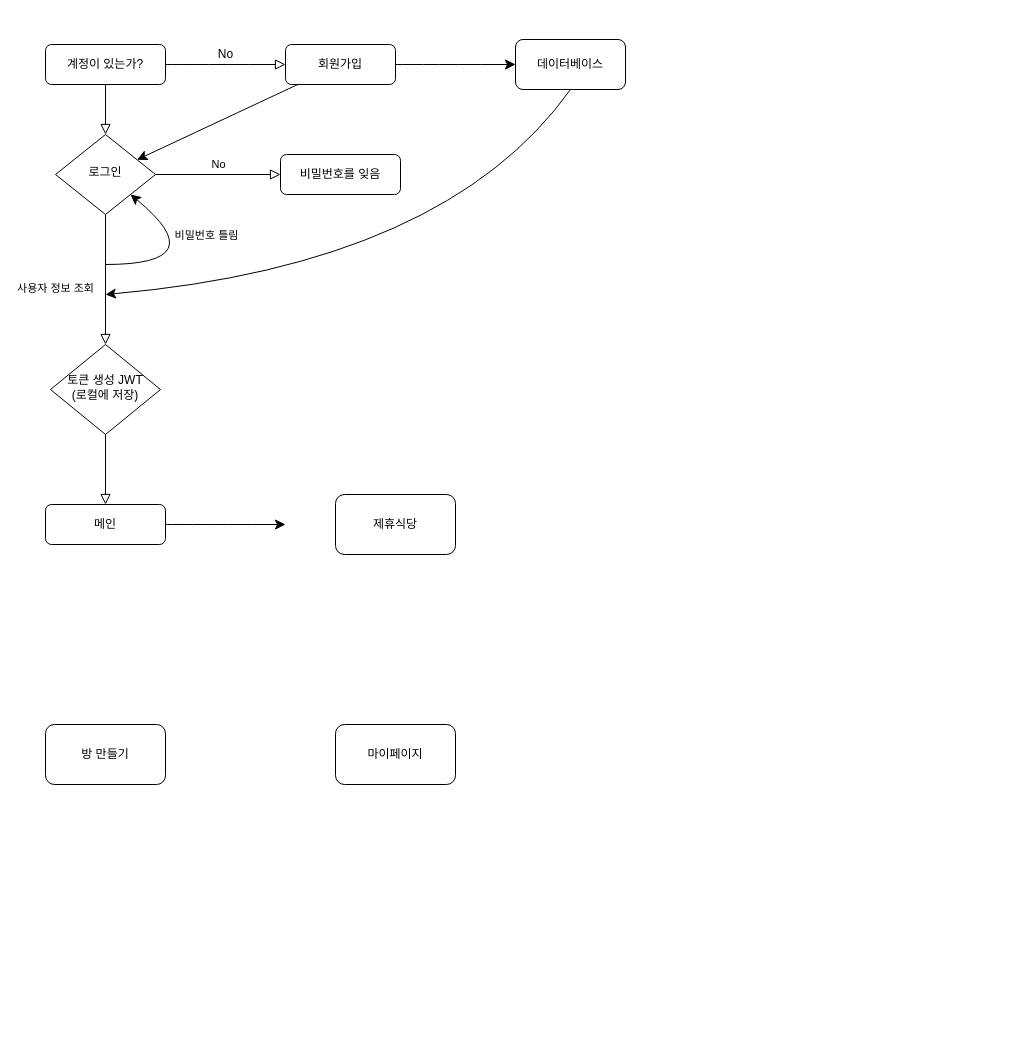
Earlier version of the draw.io diagram 회원가입.drawio (ioi34/HelloWeb). Source tidied: cells renumbered, new cells numbered last; positions are measured from the earlier drawing's top-left corner, leaving out a move shared by most shapes. Both pictures are drawn from the tidied source at 100%, with x=0, y=0 at pixel (45, 39).
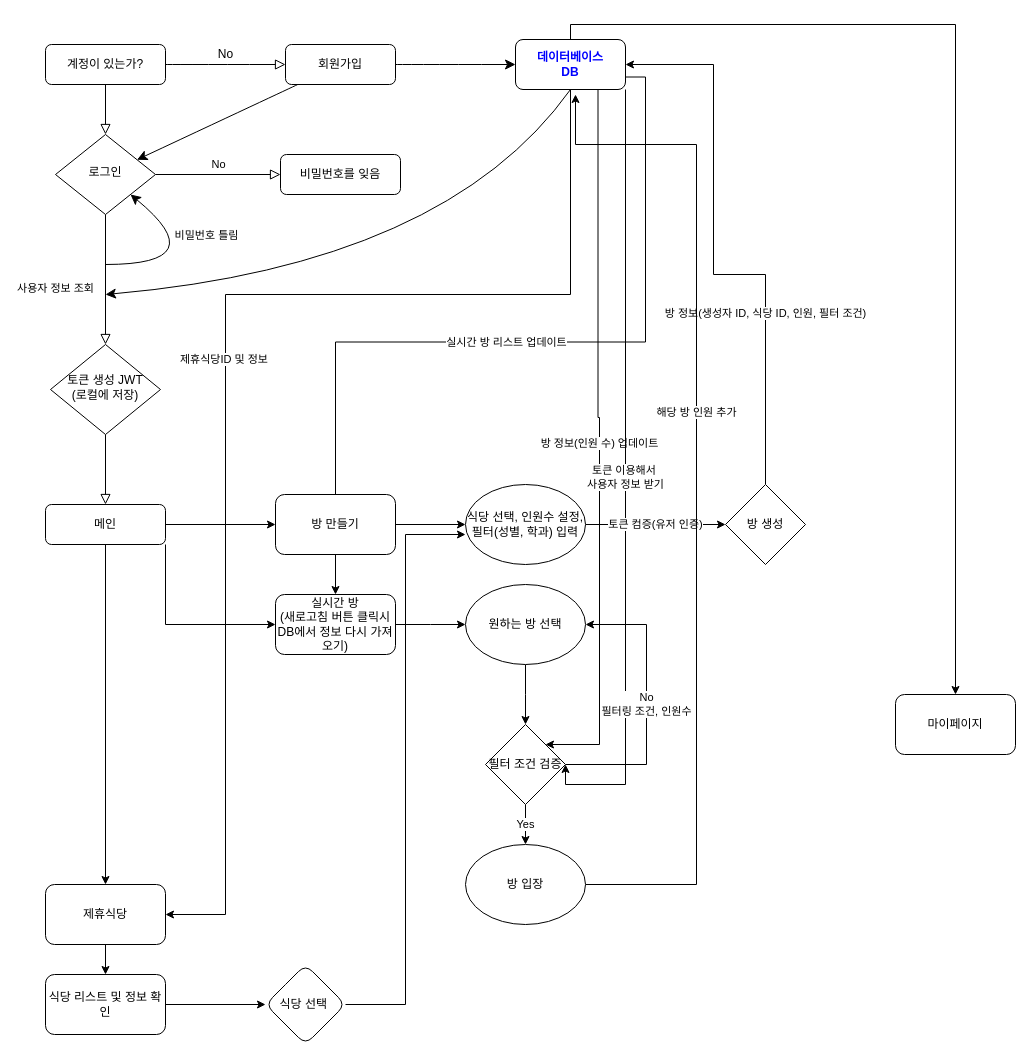
After the change.

Commit message:
회원가입.drawio 업데이트

Unchanged cells that the change refers to:
```xml
<mxCell id="12" value="메인" style="rounded=1;whiteSpace=wrap;html=1;fontSize=12;glass=0;strokeWidth=1;shadow=0;" parent="1" vertex="1">
  <mxGeometry y="465" width="120" height="40" as="geometry" />
</mxCell>
```

Change to the diagram source:
```diff
@@
-    <mxCell id="11" style="edgeStyle=none;curved=1;rounded=0;jettySize=auto;html=1;fontSize=12;startSize=8;endSize=8;" parent="1" edge="1" source="12">
-      <mxGeometry relative="1" as="geometry">
-        <mxPoint x="240" y="485" as="targetPoint" />
-      </mxGeometry>
-    </mxCell>
+    <mxCell id="23" style="edgeStyle=orthogonalEdgeStyle;rounded=0;jettySize=auto;html=1;" parent="1" edge="1" source="12" target="21">
+      <mxGeometry relative="1" as="geometry" />
+    </mxCell>
+    <mxCell id="24" style="edgeStyle=orthogonalEdgeStyle;rounded=0;jettySize=auto;html=1;exitX=1;exitY=1;exitDx=0;exitDy=0;entryX=0;entryY=0.5;entryDx=0;entryDy=0;" parent="1" edge="1" source="12" target="38">
+      <mxGeometry relative="1" as="geometry" />
+    </mxCell>
+    <mxCell id="25" style="edgeStyle=orthogonalEdgeStyle;rounded=0;jettySize=auto;html=1;" parent="1" edge="1" source="12" target="20">
+      <mxGeometry relative="1" as="geometry" />
+    </mxCell>
@@
+    <mxCell id="26" value="실시간 방 리스트 업데이트" style="edgeStyle=orthogonalEdgeStyle;rounded=0;jettySize=auto;html=1;exitX=1;exitY=0.75;exitDx=0;exitDy=0;" parent="1" edge="1" source="17" target="38">
+      <mxGeometry relative="1" as="geometry" />
+    </mxCell>
+    <mxCell id="27" value="방 정보(인원 수) 업데이트" style="edgeStyle=orthogonalEdgeStyle;rounded=0;jettySize=auto;html=1;exitX=0.75;exitY=1;exitDx=0;exitDy=0;entryX=1;entryY=0;entryDx=0;entryDy=0;" parent="1" edge="1" source="17" target="43">
+      <mxGeometry relative="1" as="geometry">
+        <Array as="points">
+          <mxPoint x="553" y="378" />
+          <mxPoint x="554" y="378" />
+          <mxPoint x="554" y="705" />
+        </Array>
+      </mxGeometry>
+    </mxCell>
+    <mxCell id="28" value="제휴식당ID 및 정보&amp;nbsp;" style="edgeStyle=orthogonalEdgeStyle;rounded=0;jettySize=auto;html=1;entryX=1;entryY=0.5;entryDx=0;entryDy=0;" parent="1" edge="1" source="17" target="20">
+      <mxGeometry relative="1" as="geometry">
+        <Array as="points">
+          <mxPoint x="525" y="255" />
+          <mxPoint x="180" y="255" />
+          <mxPoint x="180" y="875" />
+        </Array>
+      </mxGeometry>
+    </mxCell>
+    <mxCell id="29" style="edgeStyle=orthogonalEdgeStyle;rounded=0;jettySize=auto;html=1;" parent="1" edge="1" source="17" target="22">
+      <mxGeometry relative="1" as="geometry">
+        <Array as="points">
+          <mxPoint x="525" y="-15" />
+          <mxPoint x="910" y="-15" />
+        </Array>
+      </mxGeometry>
+    </mxCell>
+    <mxCell id="30" value="토큰 이용해서&amp;nbsp;&lt;div&gt;사용자 정보 받기&lt;/div&gt;" style="edgeStyle=orthogonalEdgeStyle;rounded=0;jettySize=auto;html=1;exitX=1;exitY=1;exitDx=0;exitDy=0;entryX=1;entryY=0.5;entryDx=0;entryDy=0;" parent="1" edge="1" source="17" target="43">
+      <mxGeometry relative="1" as="geometry">
+        <Array as="points">
+          <mxPoint x="580" y="745" />
+          <mxPoint x="520" y="745" />
+        </Array>
+      </mxGeometry>
+    </mxCell>
-    <mxCell id="17" value="데이터베이스" style="rounded=1;whiteSpace=wrap;html=1;" parent="1" vertex="1">
+    <mxCell id="17" value="&lt;b&gt;&lt;font style=&quot;color: rgb(0, 0, 255);&quot;&gt;데이터베이스&lt;/font&gt;&lt;/b&gt;&lt;div&gt;&lt;b&gt;&lt;font style=&quot;color: rgb(0, 0, 255);&quot;&gt;DB&lt;/font&gt;&lt;/b&gt;&lt;/div&gt;" style="rounded=1;whiteSpace=wrap;html=1;" parent="1" vertex="1">
       <mxGeometry x="470" width="110" height="50" as="geometry" />
     </mxCell>
@@
+    <mxCell id="31" style="edgeStyle=orthogonalEdgeStyle;rounded=0;jettySize=auto;html=1;" parent="1" edge="1" source="20" target="47">
+      <mxGeometry relative="1" as="geometry" />
+    </mxCell>
     <mxCell id="20" value="제휴식당" style="rounded=1;whiteSpace=wrap;html=1;" parent="1" vertex="1">
-      <mxGeometry x="290" y="455" width="120" height="60" as="geometry" />
+      <mxGeometry y="845" width="120" height="60" as="geometry" />
     </mxCell>
+    <mxCell id="32" style="edgeStyle=orthogonalEdgeStyle;rounded=0;jettySize=auto;html=1;" parent="1" edge="1" source="21" target="34">
+      <mxGeometry relative="1" as="geometry" />
+    </mxCell>
     <mxCell id="21" value="방 만들기" style="rounded=1;whiteSpace=wrap;html=1;" parent="1" vertex="1">
-      <mxGeometry y="685" width="120" height="60" as="geometry" />
+      <mxGeometry x="230" y="455" width="120" height="60" as="geometry" />
     </mxCell>
     <mxCell id="22" value="마이페이지" style="rounded=1;whiteSpace=wrap;html=1;" parent="1" vertex="1">
-      <mxGeometry x="290" y="685" width="120" height="60" as="geometry" />
+      <mxGeometry x="850" y="655" width="120" height="60" as="geometry" />
     </mxCell>
+    <mxCell id="33" value="토큰 컴증(유저 인증)" style="edgeStyle=orthogonalEdgeStyle;rounded=0;jettySize=auto;html=1;" parent="1" edge="1" source="34" target="36">
+      <mxGeometry relative="1" as="geometry" />
+    </mxCell>
+    <mxCell id="34" value="식당 선택, 인원수 설정, 필터(성별, 학과) 입력" style="ellipse;whiteSpace=wrap;html=1;" parent="1" vertex="1">
+      <mxGeometry x="420" y="445" width="120" height="80" as="geometry" />
+    </mxCell>
+    <mxCell id="35" value="방 정보(생성자 ID, 식당 ID, 인원, 필터 조건)" style="edgeStyle=orthogonalEdgeStyle;rounded=0;jettySize=auto;html=1;exitX=0.5;exitY=0;exitDx=0;exitDy=0;entryX=1;entryY=0.5;entryDx=0;entryDy=0;" parent="1" edge="1" source="36" target="17">
+      <mxGeometry x="-0.39" relative="1" as="geometry">
+        <Array as="points">
+          <mxPoint x="720" y="235" />
+          <mxPoint x="668" y="235" />
+          <mxPoint x="668" y="25" />
+        </Array>
+      </mxGeometry>
+    </mxCell>
+    <mxCell id="36" value="방 생성" style="rhombus;whiteSpace=wrap;html=1;" parent="1" vertex="1">
+      <mxGeometry x="680" y="445" width="80" height="80" as="geometry" />
+    </mxCell>
+    <mxCell id="37" style="edgeStyle=orthogonalEdgeStyle;rounded=0;jettySize=auto;html=1;" parent="1" edge="1" source="38">
+      <mxGeometry relative="1" as="geometry">
+        <mxPoint x="420" y="585" as="targetPoint" />
+      </mxGeometry>
+    </mxCell>
+    <mxCell id="38" value="실시간 방&lt;div&gt;(새로고침 버튼 클릭시 DB에서 정보 다시 가져오기)&lt;/div&gt;" style="rounded=1;whiteSpace=wrap;html=1;" parent="1" vertex="1">
+      <mxGeometry x="230" y="555" width="120" height="60" as="geometry" />
+    </mxCell>
+    <mxCell id="39" style="edgeStyle=orthogonalEdgeStyle;rounded=0;jettySize=auto;html=1;" parent="1" edge="1" source="40">
+      <mxGeometry relative="1" as="geometry">
+        <mxPoint x="480" y="685" as="targetPoint" />
+      </mxGeometry>
+    </mxCell>
+    <mxCell id="40" value="원하는 방 선택" style="ellipse;whiteSpace=wrap;html=1;" parent="1" vertex="1">
+      <mxGeometry x="420" y="545" width="120" height="80" as="geometry" />
+    </mxCell>
+    <mxCell id="41" value="Yes" style="edgeStyle=orthogonalEdgeStyle;rounded=0;jettySize=auto;html=1;" parent="1" edge="1" source="43">
+      <mxGeometry relative="1" as="geometry">
+        <mxPoint x="480" y="805" as="targetPoint" />
+      </mxGeometry>
+    </mxCell>
+    <mxCell id="42" value="No&lt;div&gt;필터링 조건, 인원수&lt;/div&gt;" style="edgeStyle=orthogonalEdgeStyle;rounded=0;jettySize=auto;html=1;entryX=1;entryY=0.5;entryDx=0;entryDy=0;" parent="1" edge="1" source="43" target="40">
+      <mxGeometry relative="1" as="geometry">
+        <Array as="points">
+          <mxPoint x="601" y="725" />
+          <mxPoint x="601" y="585" />
+        </Array>
+      </mxGeometry>
+    </mxCell>
+    <mxCell id="43" value="필터 조건 검증" style="rhombus;whiteSpace=wrap;html=1;" parent="1" vertex="1">
+      <mxGeometry x="440" y="685" width="80" height="80" as="geometry" />
+    </mxCell>
+    <mxCell id="44" value="해당 방 인원 추가" style="edgeStyle=orthogonalEdgeStyle;rounded=0;jettySize=auto;html=1;" parent="1" edge="1" source="45">
+      <mxGeometry x="0.14" relative="1" as="geometry">
+        <mxPoint x="530" y="55" as="targetPoint" />
+        <Array as="points">
+          <mxPoint x="651" y="845" />
+          <mxPoint x="651" y="105" />
+          <mxPoint x="530" y="105" />
+        </Array>
+      </mxGeometry>
+    </mxCell>
+    <mxCell id="45" value="방 입장" style="ellipse;whiteSpace=wrap;html=1;" parent="1" vertex="1">
+      <mxGeometry x="420" y="805" width="120" height="80" as="geometry" />
+    </mxCell>
+    <mxCell id="46" style="edgeStyle=orthogonalEdgeStyle;rounded=0;jettySize=auto;html=1;" parent="1" edge="1" source="47" target="49">
+      <mxGeometry relative="1" as="geometry" />
+    </mxCell>
+    <mxCell id="47" value="식당 리스트 및 정보 확인" style="rounded=1;whiteSpace=wrap;html=1;" parent="1" vertex="1">
+      <mxGeometry y="935" width="120" height="60" as="geometry" />
+    </mxCell>
+    <mxCell id="48" style="edgeStyle=orthogonalEdgeStyle;rounded=0;jettySize=auto;html=1;entryX=0;entryY=0.625;entryDx=0;entryDy=0;entryPerimeter=0;" parent="1" edge="1" source="49" target="34">
+      <mxGeometry relative="1" as="geometry" />
+    </mxCell>
+    <mxCell id="49" value="식당 선택&amp;nbsp;" style="rhombus;whiteSpace=wrap;html=1;rounded=1;" parent="1" vertex="1">
+      <mxGeometry x="220" y="925" width="80" height="80" as="geometry" />
+    </mxCell>
```
